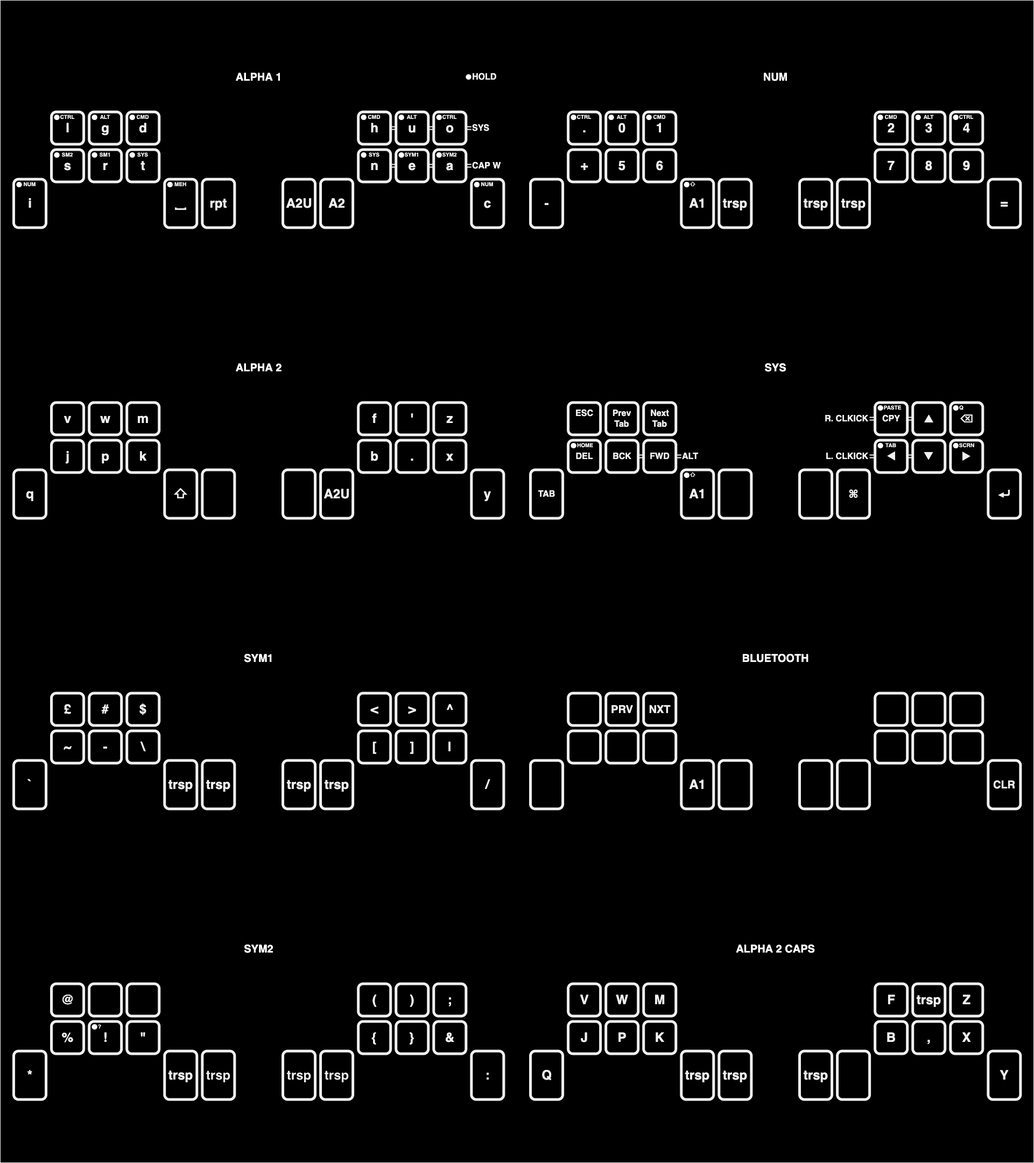
This is kunst/the_kunst_keymap.png from kunsteak/kunst-keyboard, a draw.io export, as it was before one commit. Source tidied: cells renumbered, new cells last; positions are measured from the earlier drawing's top-left corner, leaving out a move shared by most shapes.
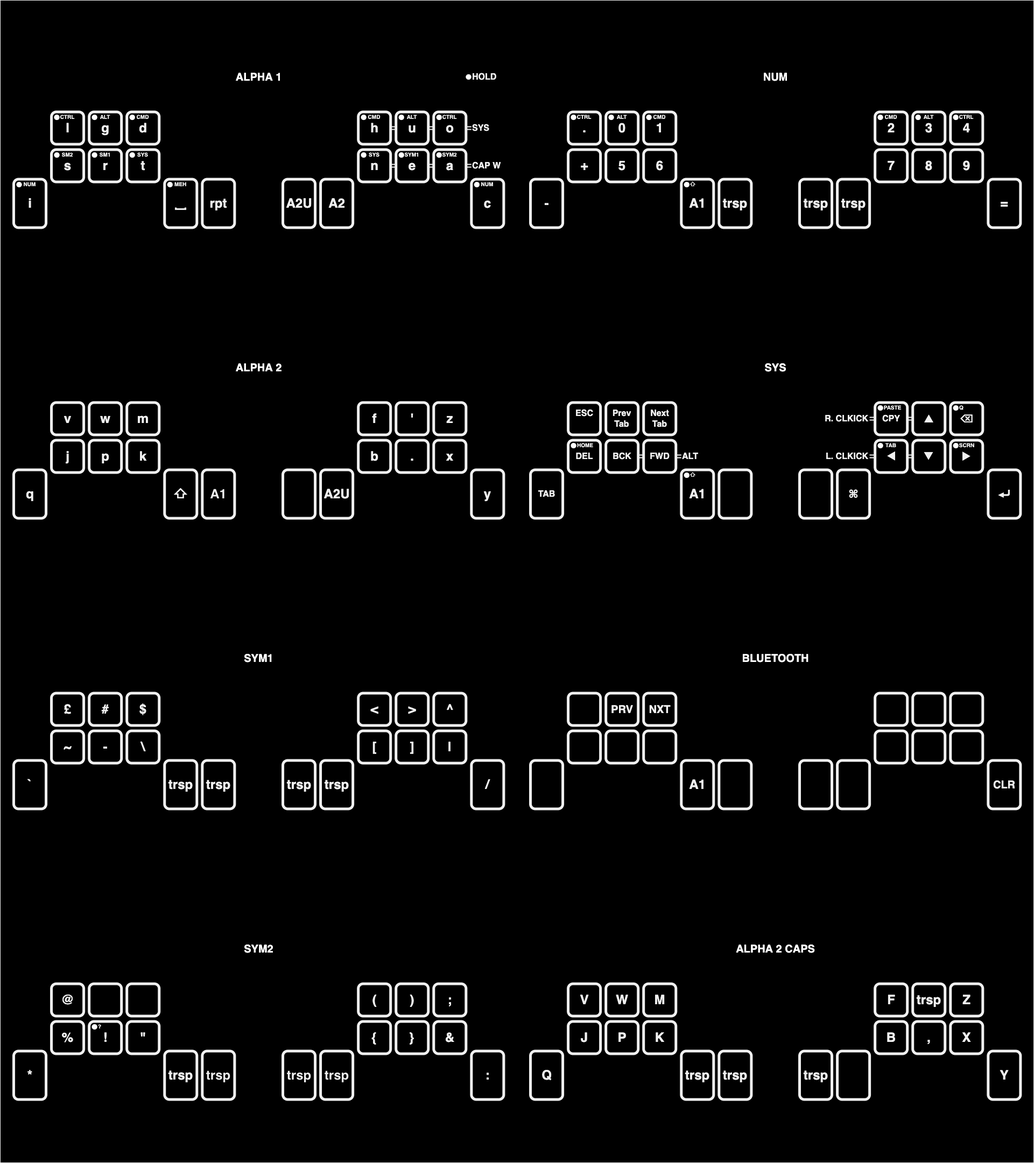
After the change.

The edit, as a diff of the source:
```diff
@@ -254,7 +254,7 @@
     <mxCell id="85" value="&lt;h1 style=&quot;font-size: 24px;&quot;&gt;q&lt;/h1&gt;" style="rounded=1;html=1;fontSize=24;fontStyle=1;labelBackgroundColor=none;labelBorderColor=none;strokeWidth=5;rotation=0;fillColor=none;" parent="77" vertex="1">
       <mxGeometry y="125" width="60.1" height="90" as="geometry" />
     </mxCell>
-    <mxCell id="86" value="&lt;h1 style=&quot;font-size: 24px;&quot;&gt;&lt;br&gt;&lt;/h1&gt;" style="rounded=1;html=1;fontSize=24;fontStyle=1;labelBackgroundColor=none;labelBorderColor=none;strokeWidth=5;rotation=0;fillColor=none;" parent="77" vertex="1">
+    <mxCell id="86" value="&lt;h1 style=&quot;-webkit-font-smoothing: antialiased; color: rgb(240, 240, 240); font-family: Helvetica; font-style: normal; font-variant-ligatures: normal; font-variant-caps: normal; letter-spacing: normal; orphans: 2; text-align: center; text-indent: 0px; text-transform: none; widows: 2; word-spacing: 0px; -webkit-text-stroke-width: 0px; text-decoration-thickness: initial; text-decoration-style: initial; text-decoration-color: initial; font-size: 24px;&quot;&gt;A1&lt;/h1&gt;" style="rounded=1;html=1;fontSize=24;fontStyle=1;labelBackgroundColor=none;labelBorderColor=none;strokeWidth=5;rotation=0;fillColor=none;" parent="77" vertex="1">
       <mxGeometry x="350.3" y="125" width="60.1" height="90" as="geometry" />
     </mxCell>
     <mxCell id="87" style="group;flipV=0;flipH=1;" parent="75" vertex="1">
```
